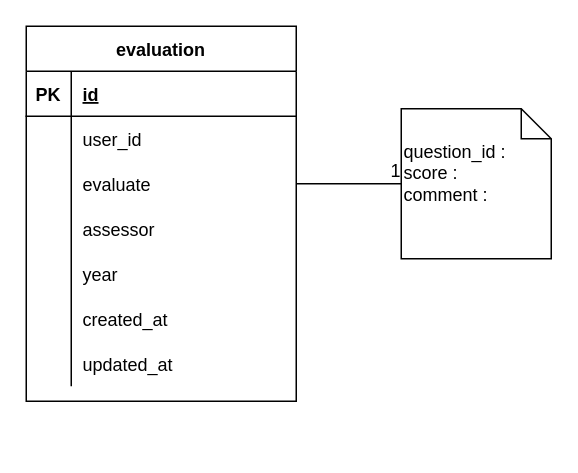
gumpon/evatest keeps this draw.io diagram as page "Evaluation" (3 of 3) of Eva.drawio. Above is the earlier version. Source tidied: cells renumbered, new cells numbered last; positions are measured from the earlier drawing's top-left corner, leaving out a move shared by most shapes. Both pictures are drawn from the tidied source at 150%, with x=0, y=0 at pixel (26, 26).
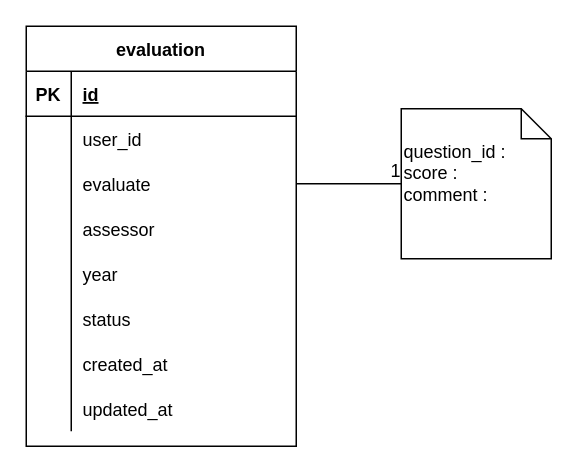
After the change.

Commit message:
Update Eva (status evaluation page).drawio

Unchanged cells that the change refers to:
```xml
<mxCell id="21" style="shape=partialRectangle;fillColor=none;top=0;left=0;bottom=0;right=0;" parent="5" vertex="1">
  <mxGeometry y="180" width="180" height="30" as="geometry" />
</mxCell>
<mxCell id="24" style="shape=partialRectangle;fillColor=none;top=0;left=0;bottom=0;right=0;" parent="5" vertex="1">
  <mxGeometry y="210" width="180" height="30" as="geometry" />
</mxCell>
```

Change to the diagram source:
```diff
@@
     <mxCell id="5" value="evaluation" style="shape=table;startSize=30;childLayout=tableLayout;rowLines=0;fontStyle=1;align=center;" parent="1" vertex="1">
-      <mxGeometry width="180" height="250" as="geometry" />
+      <mxGeometry width="180" height="280" as="geometry" />
     </mxCell>
@@
-    <mxCell id="23" value="created_at" style="shape=partialRectangle;fillColor=none;top=0;left=0;bottom=0;right=0;align=left;spacingLeft=6;overflow=hidden;" parent="21" vertex="1">
+    <mxCell id="23" value="status" style="shape=partialRectangle;fillColor=none;top=0;left=0;bottom=0;right=0;align=left;spacingLeft=6;overflow=hidden;" parent="21" vertex="1">
       <mxGeometry x="30" width="150" height="30" as="geometry" />
     </mxCell>
@@
-    <mxCell id="26" value="updated_at" style="shape=partialRectangle;fillColor=none;top=0;left=0;bottom=0;right=0;align=left;spacingLeft=6;overflow=hidden;" parent="24" vertex="1">
+    <mxCell id="26" value="created_at" style="shape=partialRectangle;fillColor=none;top=0;left=0;bottom=0;right=0;align=left;spacingLeft=6;overflow=hidden;" parent="24" vertex="1">
       <mxGeometry x="30" width="150" height="30" as="geometry" />
     </mxCell>
+    <mxCell id="27" style="shape=partialRectangle;fillColor=none;top=0;left=0;bottom=0;right=0;" parent="5" vertex="1">
+      <mxGeometry y="240" width="180" height="30" as="geometry" />
+    </mxCell>
+    <mxCell id="28" style="shape=partialRectangle;fillColor=none;top=0;left=0;bottom=0;right=0;overflow=hidden;" parent="27" vertex="1">
+      <mxGeometry width="30" height="30" as="geometry" />
+    </mxCell>
+    <mxCell id="29" value="updated_at" style="shape=partialRectangle;fillColor=none;top=0;left=0;bottom=0;right=0;align=left;spacingLeft=6;overflow=hidden;" parent="27" vertex="1">
+      <mxGeometry x="30" width="150" height="30" as="geometry" />
+    </mxCell>
```
